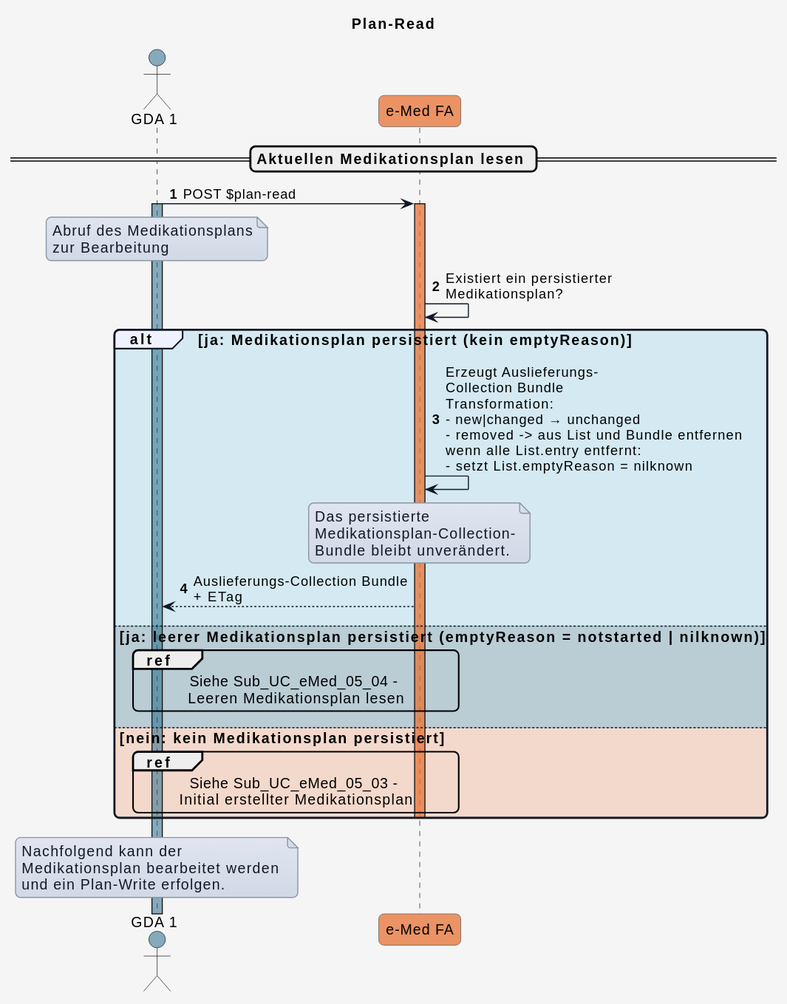
Earlier version of the PlantUML export r4-ELGA-e-Medikation-main/plantuml/UC_eMed_05_02.svg (HL7Austria/hl7austria.github.io).
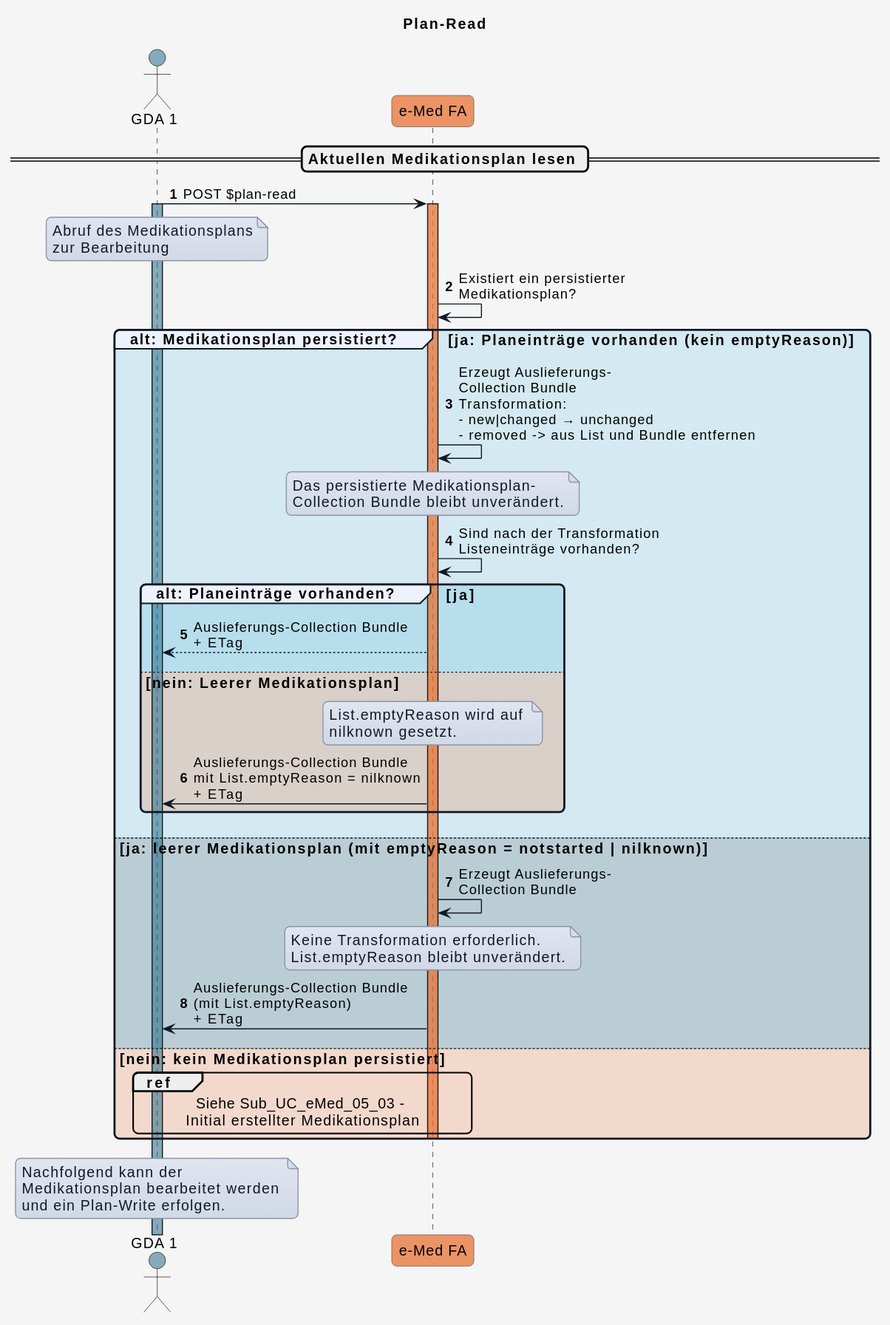
After the commit.

The edit, as a diff of the source:
```diff
@@ -69,22 +69,35 @@
 activate eMed_FA COLOR_EMED_FA
 eMed_FA -> eMed_FA: Existiert ein persistierter\nMedikationsplan?
 
-alt COLOR_OK ja: Medikationsplan persistiert (kein emptyReason)
-  eMed_FA -> eMed_FA: Erzeugt Auslieferungs-\nCollection Bundle\nTransformation:\n- new|changed → unchanged\n- removed -> aus List und Bundle entfernen\nwenn alle List.entry entfernt:\n- setzt List.emptyReason = nilknown
+group COLOR_OK alt: Medikationsplan persistiert? [ja: Planeinträge vorhanden (kein emptyReason)]
+  eMed_FA -> eMed_FA: Erzeugt Auslieferungs-\nCollection Bundle\nTransformation:\n- new|changed → unchanged\n- removed -> aus List und Bundle entfernen
   note over eMed_FA
-  Das persistierte
-  Medikationsplan-Collection-
-  Bundle bleibt unverändert.
+  Das persistierte Medikationsplan-
+  Collection Bundle bleibt unverändert.
   end note
+  eMed_FA -> eMed_FA: Sind nach der Transformation\nListeneinträge vorhanden?
 
-  eMed_FA --> GDA_1: Auslieferungs-Collection Bundle\n+ ETag
+  group COLOR_OK alt: Planeinträge vorhanden? [ja]
+    eMed_FA --> GDA_1: Auslieferungs-Collection Bundle\n+ ETag
 
-else COLOR_OK_2 ja: leerer Medikationsplan persistiert (emptyReason = notstarted | nilknown)
+  else COLOR_ERROR nein: Leerer Medikationsplan
+    note over eMed_FA
+    List.emptyReason wird auf
+    nilknown gesetzt.
+    end note
+    eMed_FA -> GDA_1: Auslieferungs-Collection Bundle\nmit List.emptyReason = nilknown\n+ ETag
 
-  ref over GDA_1,eMed_FA
-  Siehe Sub_UC_eMed_05_04 -
-  Leeren Medikationsplan lesen
-  end ref
+  end
+
+else COLOR_OK_2 ja: leerer Medikationsplan (mit emptyReason = notstarted | nilknown)
+
+  eMed_FA -> eMed_FA: Erzeugt Auslieferungs-\nCollection Bundle
+  note over eMed_FA
+  Keine Transformation erforderlich.
+  List.emptyReason bleibt unverändert.
+  end note
+  eMed_FA -> GDA_1: Auslieferungs-Collection Bundle\n(mit List.emptyReason)\n+ ETag
+
 
 else COLOR_ERROR nein: kein Medikationsplan persistiert
 
```
